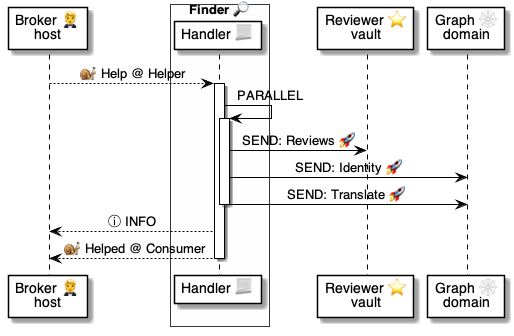
The PlantUML diagram 4 ⚙️ Solution/50 🫥 Agent domains/Finders 🔎/🔎😃 Finder Talkers/Present/🔎 Present ⚙️ uml.png in pollyweb-org/pollyweb-docs, before a commit. Its source is kept beside it as 4 ⚙️ Solution/50 🫥 Agent domains/Finders 🔎/🔎😃 Finder Talkers/Present/🔎 Present ⚙️ uml.puml. Source of this version:
```plantuml
@startuml Present

participant "Broker 🤵\nhost" as broker

box "Finder 🔎" #FFFFFA
  participant "Handler 📃" as finder
end box

participant "Reviewer ⭐\nvault" as reviewer
participant "Graph 🕸\ndomain" as graph


    broker --> finder: 🐌 Help @ Helper

    activate finder

      finder -> finder: PARALLEL
      activate finder
        finder -> reviewer: SEND: Reviews 🚀
        finder -> graph: SEND: Identity 🚀
        finder -> graph: SEND: Translate 🚀
      deactivate finder

      finder --> broker: ⓘ INFO

      finder --> broker: 🐌 Helped @ Consumer

    deactivate finder


@enduml
```
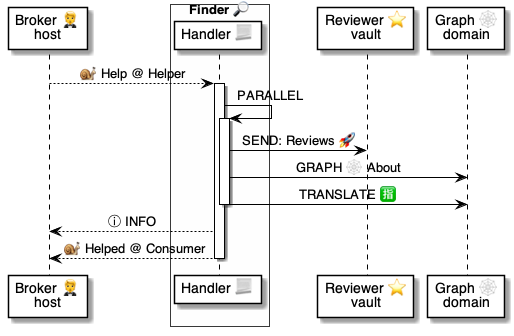
The same file after the commit.

The edit, as a diff of the source:
```diff
@@ -17,8 +17,8 @@
       finder -> finder: PARALLEL
       activate finder
         finder -> reviewer: SEND: Reviews 🚀
-        finder -> graph: SEND: Identity 🚀
-        finder -> graph: SEND: Translate 🚀
+        finder -> graph: GRAPH 🕸 About
+        finder -> graph: TRANSLATE 🈯
       deactivate finder
 
       finder --> broker: ⓘ INFO
```
